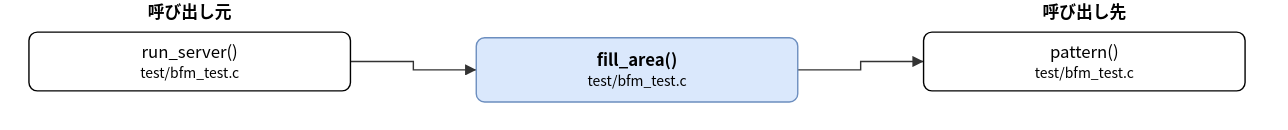
Above: doc/spec/images/call_test_bfm_test-fill_area.drawio.svg in hf355051012-ai/bfmem (draw.io), before the change. Source tidied: cells renumbered, new cells last; positions are measured from the earlier drawing's top-left corner, leaving out a move shared by most shapes.
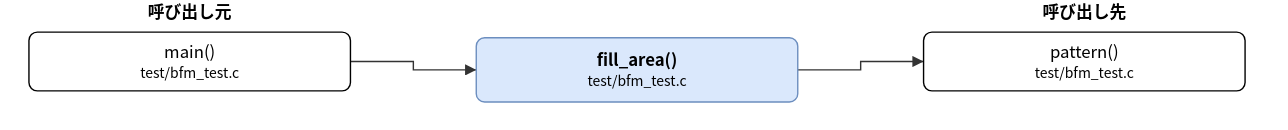
After the change.

The edit, as a diff of the source:
```diff
@@ -5,7 +5,7 @@
     <mxCell id="2" value="fill_area()&lt;br&gt;&lt;font style=&quot;font-size:10px&quot;&gt;test/bfm_test.c&lt;/font&gt;" style="rounded=1;whiteSpace=wrap;html=1;fillColor=#dae8fc;strokeColor=#6c8ebf;fontStyle=1;" parent="1" vertex="1">
       <mxGeometry x="320" y="27" width="230" height="46" as="geometry" />
     </mxCell>
-    <mxCell id="3" value="run_server()&lt;br&gt;&lt;font style=&quot;font-size:10px&quot;&gt;test/bfm_test.c&lt;/font&gt;" style="rounded=1;whiteSpace=wrap;html=1;" parent="1" vertex="1">
+    <mxCell id="3" value="main()&lt;br&gt;&lt;font style=&quot;font-size:10px&quot;&gt;test/bfm_test.c&lt;/font&gt;" style="rounded=1;whiteSpace=wrap;html=1;" parent="1" vertex="1">
       <mxGeometry y="23" width="230" height="42" as="geometry" />
     </mxCell>
     <mxCell id="4" value="pattern()&lt;br&gt;&lt;font style=&quot;font-size:10px&quot;&gt;test/bfm_test.c&lt;/font&gt;" style="rounded=1;whiteSpace=wrap;html=1;" parent="1" vertex="1">
```
